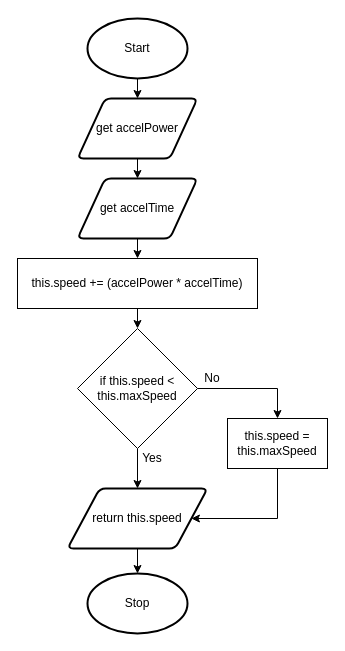
Above: drawio/accelerate.drawio in Aidan-Lalonde-Novales/ics4u-unit2-06-typescript (draw.io), before the change. Source tidied: cells renumbered, new cells numbered last; positions are measured from the earlier drawing's top-left corner, leaving out a move shared by most shapes. Both pictures are drawn from the tidied source at 100%, with x=0, y=0 at pixel (17, 18).
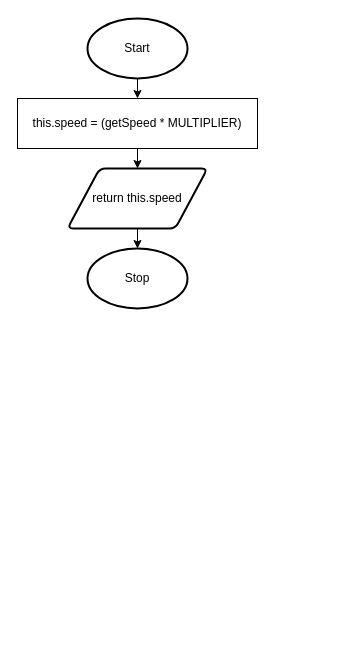
The same page after the edit.

The change refers to these unchanged cells:
```xml
<mxCell id="3" value="Start" style="strokeWidth=2;html=1;shape=mxgraph.flowchart.start_1;whiteSpace=wrap;" parent="1" vertex="1">
  <mxGeometry x="70" width="100" height="60" as="geometry" />
</mxCell>
```

The edit, as a diff of the source:
```diff
@@
-    <mxCell id="2" style="edgeStyle=none;html=1;exitX=0.5;exitY=1;exitDx=0;exitDy=0;exitPerimeter=0;entryX=0.5;entryY=0;entryDx=0;entryDy=0;" parent="1" edge="1" source="3" target="5">
-      <mxGeometry relative="1" as="geometry" />
+    <mxCell id="2" style="edgeStyle=none;html=1;exitX=0.5;exitY=1;exitDx=0;exitDy=0;exitPerimeter=0;entryX=0.5;entryY=0;entryDx=0;entryDy=0;" parent="1" edge="1" source="3">
+      <mxGeometry relative="1" as="geometry">
+        <mxPoint x="120" y="80" as="targetPoint" />
+      </mxGeometry>
     </mxCell>
@@
-    <mxCell id="4" style="edgeStyle=none;html=1;exitX=0.5;exitY=1;exitDx=0;exitDy=0;entryX=0.5;entryY=0;entryDx=0;entryDy=0;" parent="1" edge="1" source="5" target="11">
-      <mxGeometry relative="1" as="geometry" />
-    </mxCell>
-    <mxCell id="5" value="get accelPower" style="shape=parallelogram;html=1;strokeWidth=2;perimeter=parallelogramPerimeter;whiteSpace=wrap;rounded=1;arcSize=12;size=0.23;" parent="1" vertex="1">
-      <mxGeometry x="60" y="80" width="120" height="60" as="geometry" />
-    </mxCell>
     <mxCell id="6" value="Stop" style="strokeWidth=2;html=1;shape=mxgraph.flowchart.start_1;whiteSpace=wrap;" parent="1" vertex="1">
-      <mxGeometry x="70" y="555" width="100" height="60" as="geometry" />
+      <mxGeometry x="70" y="230" width="100" height="60" as="geometry" />
     </mxCell>
@@
     <mxCell id="8" value="return this.speed" style="shape=parallelogram;html=1;strokeWidth=2;perimeter=parallelogramPerimeter;whiteSpace=wrap;rounded=1;arcSize=12;size=0.23;" parent="1" vertex="1">
-      <mxGeometry x="50" y="470" width="140" height="60" as="geometry" />
+      <mxGeometry x="50" y="150" width="140" height="60" as="geometry" />
     </mxCell>
-    <mxCell id="9" style="edgeStyle=none;html=1;exitX=0.5;exitY=1;exitDx=0;exitDy=0;entryX=0.5;entryY=0;entryDx=0;entryDy=0;" parent="1" edge="1" target="15">
-      <mxGeometry relative="1" as="geometry">
-        <mxPoint x="120" y="290" as="sourcePoint" />
-      </mxGeometry>
-    </mxCell>
-    <mxCell id="10" style="edgeStyle=none;html=1;exitX=0.5;exitY=1;exitDx=0;exitDy=0;entryX=0.5;entryY=0;entryDx=0;entryDy=0;" parent="1" edge="1" source="11" target="12">
-      <mxGeometry relative="1" as="geometry" />
-    </mxCell>
-    <mxCell id="11" value="get accelTime" style="shape=parallelogram;html=1;strokeWidth=2;perimeter=parallelogramPerimeter;whiteSpace=wrap;rounded=1;arcSize=12;size=0.23;" parent="1" vertex="1">
-      <mxGeometry x="60" y="160" width="120" height="60" as="geometry" />
-    </mxCell>
+    <mxCell id="20" style="edgeStyle=none;html=1;exitX=0.5;exitY=1;exitDx=0;exitDy=0;entryX=0.5;entryY=0;entryDx=0;entryDy=0;" parent="1" edge="1" source="12" target="8">
+      <mxGeometry relative="1" as="geometry" />
+    </mxCell>
-    <mxCell id="12" value="this.speed += (accelPower * accelTime)" style="rounded=0;whiteSpace=wrap;html=1;" parent="1" vertex="1">
-      <mxGeometry y="240" width="240" height="50" as="geometry" />
+    <mxCell id="12" value="this.speed = (getSpeed * MULTIPLIER)" style="rounded=0;whiteSpace=wrap;html=1;" parent="1" vertex="1">
+      <mxGeometry y="80" width="240" height="50" as="geometry" />
     </mxCell>
-    <mxCell id="13" style="edgeStyle=none;html=1;exitX=0.5;exitY=1;exitDx=0;exitDy=0;entryX=0.5;entryY=0;entryDx=0;entryDy=0;" parent="1" edge="1" source="15" target="8">
-      <mxGeometry relative="1" as="geometry" />
-    </mxCell>
-    <mxCell id="14" style="edgeStyle=none;html=1;exitX=1;exitY=0.5;exitDx=0;exitDy=0;entryX=0.5;entryY=0;entryDx=0;entryDy=0;rounded=0;" parent="1" edge="1" source="15" target="18">
-      <mxGeometry relative="1" as="geometry">
-        <Array as="points">
-          <mxPoint x="260" y="370" />
-        </Array>
-      </mxGeometry>
-    </mxCell>
-    <mxCell id="15" value="if this.speed &amp;lt; this.maxSpeed" style="rhombus;whiteSpace=wrap;html=1;" parent="1" vertex="1">
-      <mxGeometry x="60" y="310" width="120" height="120" as="geometry" />
-    </mxCell>
-    <mxCell id="16" value="Yes" style="text;html=1;strokeColor=none;fillColor=none;align=center;verticalAlign=middle;whiteSpace=wrap;rounded=0;" parent="1" vertex="1">
-      <mxGeometry x="120" y="430" width="30" height="20" as="geometry" />
-    </mxCell>
-    <mxCell id="17" style="edgeStyle=none;rounded=0;html=1;exitX=0.5;exitY=1;exitDx=0;exitDy=0;entryX=1;entryY=0.5;entryDx=0;entryDy=0;" parent="1" edge="1" source="18" target="8">
-      <mxGeometry relative="1" as="geometry">
-        <Array as="points">
-          <mxPoint x="260" y="500" />
-        </Array>
-      </mxGeometry>
-    </mxCell>
-    <mxCell id="18" value="this.speed = this.maxSpeed" style="rounded=0;whiteSpace=wrap;html=1;" parent="1" vertex="1">
-      <mxGeometry x="210" y="400" width="100" height="50" as="geometry" />
-    </mxCell>
-    <mxCell id="19" value="No" style="text;html=1;strokeColor=none;fillColor=none;align=center;verticalAlign=middle;whiteSpace=wrap;rounded=0;" parent="1" vertex="1">
-      <mxGeometry x="180" y="350" width="30" height="20" as="geometry" />
-    </mxCell>
```
